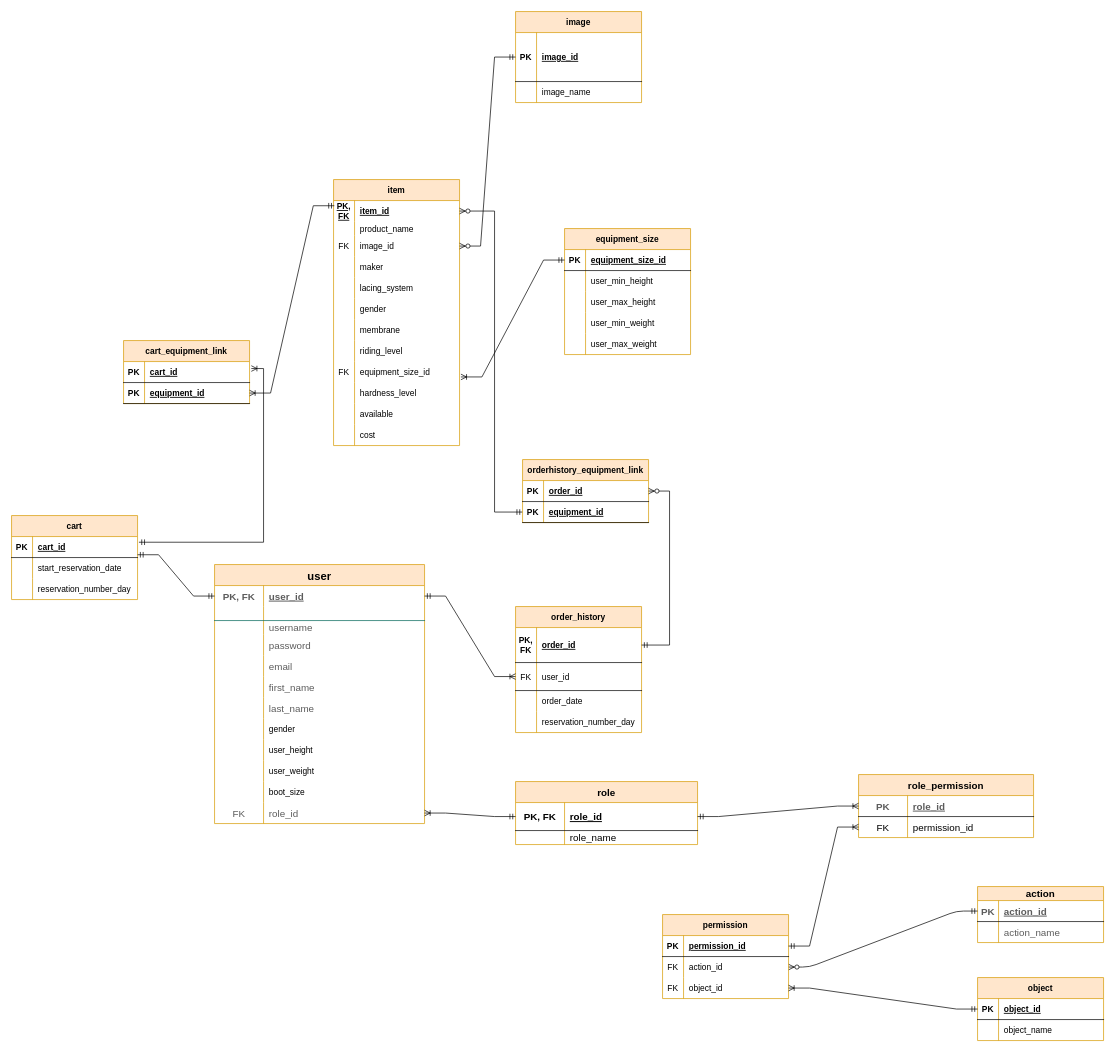
Before: page "v.3 EPIC (Registration)" (3 of 3) of Snow_World-uml_diagram.drawio in evzhigalko/snow-world, a draw.io diagram. Source tidied: cells renumbered, new cells numbered last; positions are measured from the earlier drawing's top-left corner, leaving out a move shared by most shapes. Both pictures are drawn from the tidied source at 70%, with x=0, y=0 at pixel (11, 11).
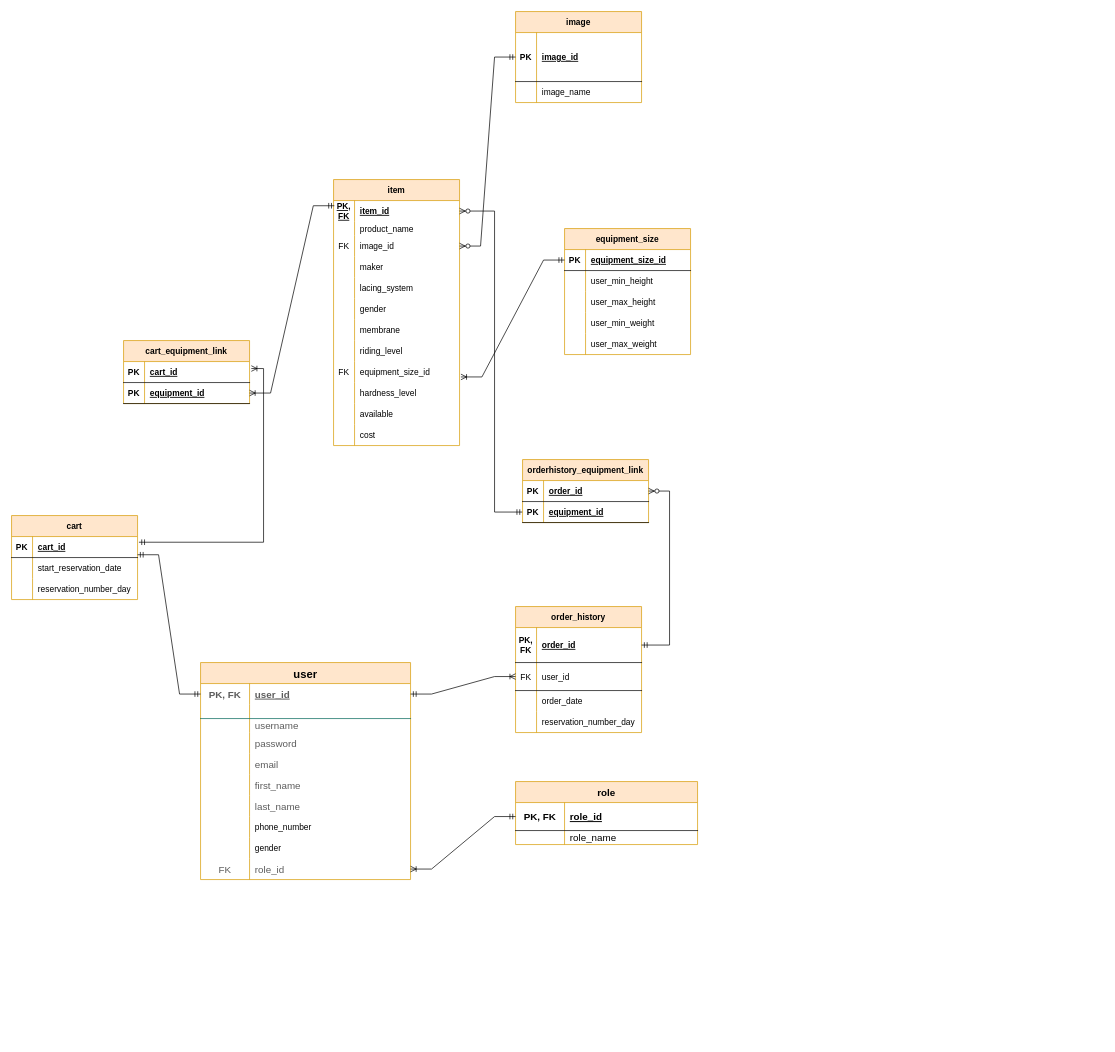
The same diagram, later.

Unchanged cells that the change refers to:
```xml
<mxCell id="119" style="shape=partialRectangle;fillColor=none;top=0;left=0;bottom=1;right=0;points=[[0,0.5],[1,0.5]];portConstraint=eastwest;fontSize=14;" parent="118" vertex="1">
  <mxGeometry y="30" width="260" height="40" as="geometry" />
</mxCell>
```

What changed in the source:
```diff
@@
     <mxCell id="64" value="user" style="shape=table;startSize=30;childLayout=tableLayout;rowLines=0;fontStyle=1;align=center;rounded=0;sketch=0;flipH=1;flipV=0;perimeterSpacing=0;shadow=0;swimlaneLine=1;fontSize=16;fillColor=#ffe6cc;strokeColor=#d79b00;" parent="1" vertex="1">
-      <mxGeometry x="290" y="790" width="300" height="370" as="geometry" />
+      <mxGeometry x="270" y="930" width="300" height="310" as="geometry" />
     </mxCell>
@@
+    <mxCell id="189" style="shape=partialRectangle;fillColor=none;top=0;left=0;bottom=0;right=0;" parent="64" vertex="1">
+      <mxGeometry y="220" width="300" height="30" as="geometry" />
+    </mxCell>
+    <mxCell id="190" style="shape=partialRectangle;fillColor=none;top=0;left=0;bottom=0;right=0;overflow=hidden;" parent="189" vertex="1">
+      <mxGeometry width="70" height="30" as="geometry" />
+    </mxCell>
+    <mxCell id="191" value="phone_number" style="shape=partialRectangle;fillColor=none;top=0;left=0;bottom=0;right=0;align=left;spacingLeft=6;overflow=hidden;" parent="189" vertex="1">
+      <mxGeometry x="70" width="230" height="30" as="geometry" />
+    </mxCell>
     <mxCell id="86" style="shape=partialRectangle;fillColor=none;top=0;left=0;bottom=0;right=0;" parent="64" vertex="1">
-      <mxGeometry y="220" width="300" height="30" as="geometry" />
+      <mxGeometry y="250" width="300" height="30" as="geometry" />
     </mxCell>
@@
-    <mxCell id="89" style="shape=partialRectangle;fillColor=none;top=0;left=0;bottom=0;right=0;" parent="64" vertex="1">
-      <mxGeometry y="250" width="300" height="30" as="geometry" />
-    </mxCell>
-    <mxCell id="90" style="shape=partialRectangle;fillColor=none;top=0;left=0;bottom=0;right=0;overflow=hidden;" parent="89" vertex="1">
-      <mxGeometry width="70" height="30" as="geometry" />
-    </mxCell>
-    <mxCell id="91" value="user_height" style="shape=partialRectangle;fillColor=none;top=0;left=0;bottom=0;right=0;align=left;spacingLeft=6;overflow=hidden;" parent="89" vertex="1">
-      <mxGeometry x="70" width="230" height="30" as="geometry" />
-    </mxCell>
-    <mxCell id="92" style="shape=partialRectangle;fillColor=none;top=0;left=0;bottom=0;right=0;" parent="64" vertex="1">
-      <mxGeometry y="280" width="300" height="30" as="geometry" />
-    </mxCell>
-    <mxCell id="93" style="shape=partialRectangle;fillColor=none;top=0;left=0;bottom=0;right=0;overflow=hidden;" parent="92" vertex="1">
-      <mxGeometry width="70" height="30" as="geometry" />
-    </mxCell>
-    <mxCell id="94" value="user_weight" style="shape=partialRectangle;fillColor=none;top=0;left=0;bottom=0;right=0;align=left;spacingLeft=6;overflow=hidden;" parent="92" vertex="1">
-      <mxGeometry x="70" width="230" height="30" as="geometry" />
-    </mxCell>
-    <mxCell id="95" style="shape=partialRectangle;fillColor=none;top=0;left=0;bottom=0;right=0;" parent="64" vertex="1">
-      <mxGeometry y="310" width="300" height="30" as="geometry" />
-    </mxCell>
-    <mxCell id="96" style="shape=partialRectangle;fillColor=none;top=0;left=0;bottom=0;right=0;overflow=hidden;" parent="95" vertex="1">
-      <mxGeometry width="70" height="30" as="geometry" />
-    </mxCell>
-    <mxCell id="97" value="boot_size" style="shape=partialRectangle;fillColor=none;top=0;left=0;bottom=0;right=0;align=left;spacingLeft=6;overflow=hidden;" parent="95" vertex="1">
-      <mxGeometry x="70" width="230" height="30" as="geometry" />
-    </mxCell>
     <mxCell id="98" style="shape=partialRectangle;fillColor=none;top=0;left=0;bottom=0;right=0;points=[[0,0.5],[1,0.5]];portConstraint=eastwest;rounded=0;shadow=0;sketch=0;fontSize=14;fontColor=#5C5C5C;strokeColor=default;" parent="64" vertex="1">
-      <mxGeometry y="340" width="300" height="30" as="geometry" />
+      <mxGeometry y="280" width="300" height="30" as="geometry" />
     </mxCell>
@@
-    <mxCell id="101" value="action" style="shape=table;startSize=20;childLayout=tableLayout;rowLines=0;fontStyle=1;align=center;rounded=0;shadow=0;sketch=0;fontSize=14;fillColor=#ffe6cc;strokeColor=#d79b00;" parent="1" vertex="1">
-      <mxGeometry x="1380" y="1250" width="180" height="80" as="geometry" />
-    </mxCell>
-    <mxCell id="102" style="shape=partialRectangle;fillColor=none;top=0;left=0;bottom=1;right=0;points=[[0,0.5],[1,0.5]];portConstraint=eastwest;rounded=0;shadow=0;sketch=0;fontSize=14;fontColor=#5C5C5C;strokeColor=default;" parent="101" vertex="1">
-      <mxGeometry y="20" width="180" height="30" as="geometry" />
-    </mxCell>
-    <mxCell id="103" value="PK" style="shape=partialRectangle;fillColor=none;top=0;left=0;bottom=0;right=0;fontStyle=1;overflow=hidden;rounded=0;shadow=0;sketch=0;fontSize=14;fontColor=#5C5C5C;strokeColor=default;" parent="102" vertex="1">
-      <mxGeometry width="30" height="30" as="geometry" />
-    </mxCell>
-    <mxCell id="104" value="action_id" style="shape=partialRectangle;fillColor=none;top=0;left=0;bottom=0;right=0;align=left;spacingLeft=6;fontStyle=5;overflow=hidden;rounded=0;shadow=0;sketch=0;fontSize=14;fontColor=#5C5C5C;strokeColor=default;" parent="102" vertex="1">
-      <mxGeometry x="30" width="150" height="30" as="geometry" />
-    </mxCell>
-    <mxCell id="105" style="shape=partialRectangle;fillColor=none;top=0;left=0;bottom=0;right=0;rounded=0;shadow=0;sketch=0;fontSize=14;fontColor=#5C5C5C;strokeColor=default;" parent="101" vertex="1">
-      <mxGeometry y="50" width="180" height="30" as="geometry" />
-    </mxCell>
-    <mxCell id="106" style="shape=partialRectangle;fillColor=none;top=0;left=0;bottom=0;right=0;overflow=hidden;rounded=0;shadow=0;sketch=0;fontSize=14;fontColor=#5C5C5C;strokeColor=default;" parent="105" vertex="1">
-      <mxGeometry width="30" height="30" as="geometry" />
-    </mxCell>
-    <mxCell id="107" value="action_name" style="shape=partialRectangle;fillColor=none;top=0;left=0;bottom=0;right=0;align=left;spacingLeft=6;overflow=hidden;rounded=0;shadow=0;sketch=0;fontSize=14;fontColor=#5C5C5C;strokeColor=default;" parent="105" vertex="1">
-      <mxGeometry x="30" width="150" height="30" as="geometry" />
-    </mxCell>
-    <mxCell id="108" style="edgeStyle=entityRelationEdgeStyle;fontSize=12;html=1;endArrow=ERzeroToMany;startArrow=ERmandOne;rounded=1;sketch=0;fontColor=#5C5C5C;strokeColor=#000000;fillColor=#21C0A5;curved=0;entryX=1;entryY=0.5;entryDx=0;entryDy=0;" parent="1" edge="1" source="102" target="174">
-      <mxGeometry relative="1" as="geometry" />
-    </mxCell>
@@
-    <mxCell id="111" value="role_permission" style="shape=table;startSize=30;childLayout=tableLayout;rowLines=0;fontStyle=1;align=center;rounded=0;shadow=0;sketch=0;fontSize=14;fillColor=#ffe6cc;strokeColor=#d79b00;" parent="1" vertex="1">
-      <mxGeometry x="1210" y="1090" width="250" height="90" as="geometry" />
-    </mxCell>
-    <mxCell id="112" style="shape=partialRectangle;fillColor=none;top=0;left=0;bottom=1;right=0;points=[[0,0.5],[1,0.5]];portConstraint=eastwest;rounded=0;shadow=0;sketch=0;fontSize=14;fontColor=#5C5C5C;strokeColor=default;" parent="111" vertex="1">
-      <mxGeometry y="30" width="250" height="30" as="geometry" />
-    </mxCell>
-    <mxCell id="113" value="PK" style="shape=partialRectangle;fillColor=none;top=0;left=0;bottom=0;right=0;fontStyle=1;overflow=hidden;rounded=0;shadow=0;sketch=0;fontSize=14;fontColor=#5C5C5C;strokeColor=default;" parent="112" vertex="1">
-      <mxGeometry width="70" height="30" as="geometry" />
-    </mxCell>
-    <mxCell id="114" value="role_id" style="shape=partialRectangle;fillColor=none;top=0;left=0;bottom=0;right=0;align=left;spacingLeft=6;fontStyle=5;overflow=hidden;rounded=0;shadow=0;sketch=0;fontSize=14;fontColor=#5C5C5C;strokeColor=default;" parent="112" vertex="1">
-      <mxGeometry x="70" width="180" height="30" as="geometry" />
-    </mxCell>
-    <mxCell id="115" style="shape=partialRectangle;fillColor=none;top=0;left=0;bottom=0;right=0;points=[[0,0.5],[1,0.5]];portConstraint=eastwest;rounded=0;shadow=0;sketch=0;fontSize=14;fontColor=none;strokeColor=default;" parent="111" vertex="1">
-      <mxGeometry y="60" width="250" height="30" as="geometry" />
-    </mxCell>
-    <mxCell id="116" value="FK" style="shape=partialRectangle;fillColor=none;top=0;left=0;bottom=0;right=0;overflow=hidden;rounded=0;shadow=0;sketch=0;fontSize=14;fontColor=none;strokeColor=default;" parent="115" vertex="1">
-      <mxGeometry width="70" height="30" as="geometry" />
-    </mxCell>
-    <mxCell id="117" value="permission_id" style="shape=partialRectangle;fillColor=none;top=0;left=0;bottom=0;right=0;align=left;spacingLeft=6;overflow=hidden;rounded=0;shadow=0;sketch=0;fontSize=14;fontColor=none;strokeColor=default;" parent="115" vertex="1">
-      <mxGeometry x="70" width="180" height="30" as="geometry" />
-    </mxCell>
@@
-    <mxCell id="151" style="edgeStyle=entityRelationEdgeStyle;fontSize=12;html=1;endArrow=ERoneToMany;startArrow=ERmandOne;rounded=0;entryX=0;entryY=0.5;entryDx=0;entryDy=0;" parent="1" edge="1" source="119" target="112">
-      <mxGeometry relative="1" as="geometry" />
-    </mxCell>
@@
-    <mxCell id="170" value="permission" style="shape=table;startSize=30;childLayout=tableLayout;rowLines=0;fontStyle=1;align=center;fillColor=#ffe6cc;strokeColor=#d79b00;" parent="1" vertex="1">
-      <mxGeometry x="930" y="1290" width="180" height="120" as="geometry" />
-    </mxCell>
-    <mxCell id="171" style="shape=partialRectangle;fillColor=none;top=0;left=0;bottom=1;right=0;points=[[0,0.5],[1,0.5]];portConstraint=eastwest;" parent="170" vertex="1">
-      <mxGeometry y="30" width="180" height="30" as="geometry" />
-    </mxCell>
-    <mxCell id="172" value="PK" style="shape=partialRectangle;fillColor=none;top=0;left=0;bottom=0;right=0;fontStyle=1;overflow=hidden;" parent="171" vertex="1">
-      <mxGeometry width="30" height="30" as="geometry" />
-    </mxCell>
-    <mxCell id="173" value="permission_id" style="shape=partialRectangle;fillColor=none;top=0;left=0;bottom=0;right=0;align=left;spacingLeft=6;fontStyle=5;overflow=hidden;" parent="171" vertex="1">
-      <mxGeometry x="30" width="150" height="30" as="geometry" />
-    </mxCell>
-    <mxCell id="174" style="shape=partialRectangle;fillColor=none;top=0;left=0;bottom=0;right=0;points=[[0,0.5],[1,0.5]];portConstraint=eastwest;" parent="170" vertex="1">
-      <mxGeometry y="60" width="180" height="30" as="geometry" />
-    </mxCell>
-    <mxCell id="175" value="FK" style="shape=partialRectangle;fillColor=none;top=0;left=0;bottom=0;right=0;overflow=hidden;" parent="174" vertex="1">
-      <mxGeometry width="30" height="30" as="geometry" />
-    </mxCell>
-    <mxCell id="176" value="action_id" style="shape=partialRectangle;fillColor=none;top=0;left=0;bottom=0;right=0;align=left;spacingLeft=6;overflow=hidden;" parent="174" vertex="1">
-      <mxGeometry x="30" width="150" height="30" as="geometry" />
-    </mxCell>
-    <mxCell id="177" style="shape=partialRectangle;fillColor=none;top=0;left=0;bottom=0;right=0;points=[[0,0.5],[1,0.5]];portConstraint=eastwest;" parent="170" vertex="1">
-      <mxGeometry y="90" width="180" height="30" as="geometry" />
-    </mxCell>
-    <mxCell id="178" value="FK" style="shape=partialRectangle;fillColor=none;top=0;left=0;bottom=0;right=0;overflow=hidden;" parent="177" vertex="1">
-      <mxGeometry width="30" height="30" as="geometry" />
-    </mxCell>
-    <mxCell id="179" value="object_id" style="shape=partialRectangle;fillColor=none;top=0;left=0;bottom=0;right=0;align=left;spacingLeft=6;overflow=hidden;" parent="177" vertex="1">
-      <mxGeometry x="30" width="150" height="30" as="geometry" />
-    </mxCell>
-    <mxCell id="180" value="object" style="shape=table;startSize=30;childLayout=tableLayout;rowLines=0;fontStyle=1;align=center;fillColor=#ffe6cc;strokeColor=#d79b00;" parent="1" vertex="1">
-      <mxGeometry x="1380" y="1380" width="180" height="90" as="geometry" />
-    </mxCell>
-    <mxCell id="181" style="shape=partialRectangle;fillColor=none;top=0;left=0;bottom=1;right=0;points=[[0,0.5],[1,0.5]];portConstraint=eastwest;" parent="180" vertex="1">
-      <mxGeometry y="30" width="180" height="30" as="geometry" />
-    </mxCell>
-    <mxCell id="182" value="PK" style="shape=partialRectangle;fillColor=none;top=0;left=0;bottom=0;right=0;fontStyle=1;overflow=hidden;" parent="181" vertex="1">
-      <mxGeometry width="30" height="30" as="geometry" />
-    </mxCell>
-    <mxCell id="183" value="object_id" style="shape=partialRectangle;fillColor=none;top=0;left=0;bottom=0;right=0;align=left;spacingLeft=6;fontStyle=5;overflow=hidden;" parent="181" vertex="1">
-      <mxGeometry x="30" width="150" height="30" as="geometry" />
-    </mxCell>
-    <mxCell id="184" style="shape=partialRectangle;fillColor=none;top=0;left=0;bottom=0;right=0;" parent="180" vertex="1">
-      <mxGeometry y="60" width="180" height="30" as="geometry" />
-    </mxCell>
-    <mxCell id="185" style="shape=partialRectangle;fillColor=none;top=0;left=0;bottom=0;right=0;overflow=hidden;" parent="184" vertex="1">
-      <mxGeometry width="30" height="30" as="geometry" />
-    </mxCell>
-    <mxCell id="186" value="object_name" style="shape=partialRectangle;fillColor=none;top=0;left=0;bottom=0;right=0;align=left;spacingLeft=6;overflow=hidden;" parent="184" vertex="1">
-      <mxGeometry x="30" width="150" height="30" as="geometry" />
-    </mxCell>
-    <mxCell id="187" style="edgeStyle=entityRelationEdgeStyle;fontSize=12;html=1;endArrow=ERoneToMany;startArrow=ERmandOne;rounded=0;exitX=1;exitY=0.5;exitDx=0;exitDy=0;entryX=0;entryY=0.5;entryDx=0;entryDy=0;" parent="1" edge="1" source="171" target="115">
-      <mxGeometry relative="1" as="geometry" />
-    </mxCell>
-    <mxCell id="188" style="edgeStyle=entityRelationEdgeStyle;fontSize=12;html=1;endArrow=ERoneToMany;startArrow=ERmandOne;rounded=0;exitX=0;exitY=0.5;exitDx=0;exitDy=0;entryX=1;entryY=0.5;entryDx=0;entryDy=0;" parent="1" edge="1" source="181" target="177">
-      <mxGeometry relative="1" as="geometry" />
-    </mxCell>
```
